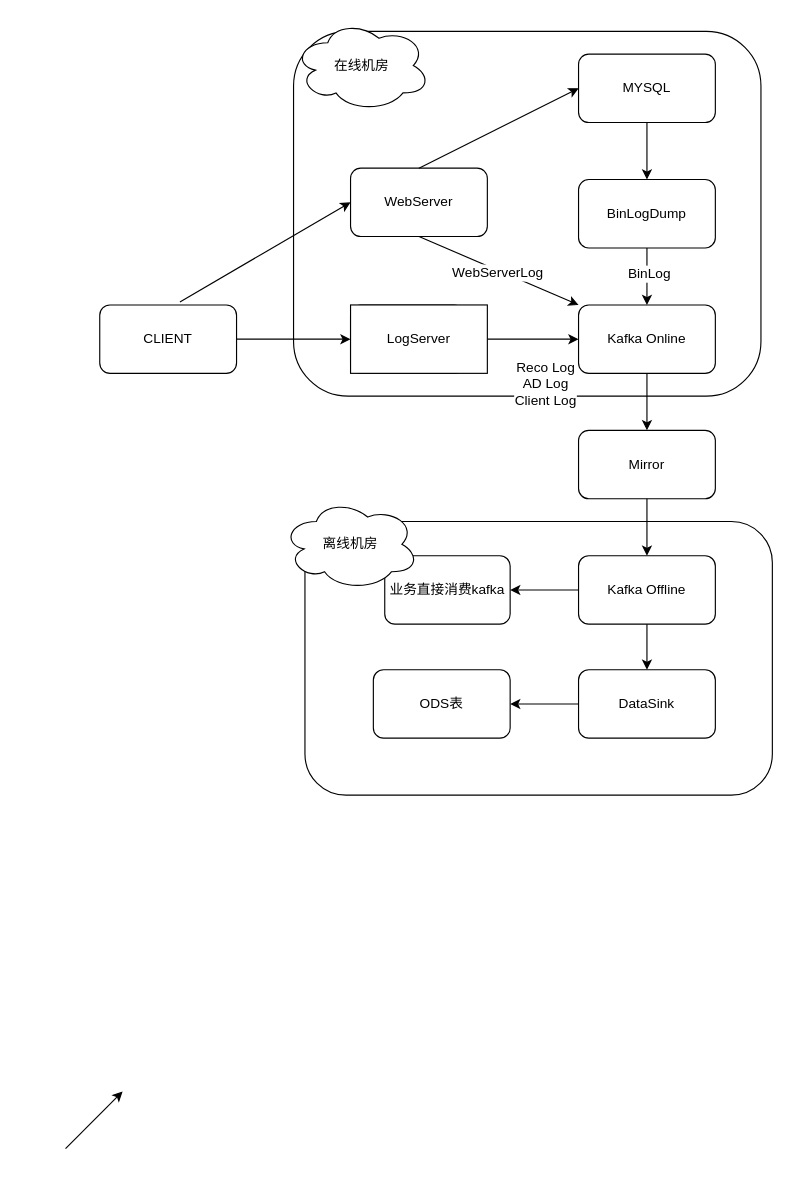
Earlier version of the draw.io diagram 日志上传.drawio (sandflee/dhtrobot). Source tidied: cells renumbered, new cells numbered last; positions are measured from the earlier drawing's top-left corner, leaving out a move shared by most shapes. Both pictures are drawn from the tidied source at 114%, with x=0, y=0 at pixel (65, 19).
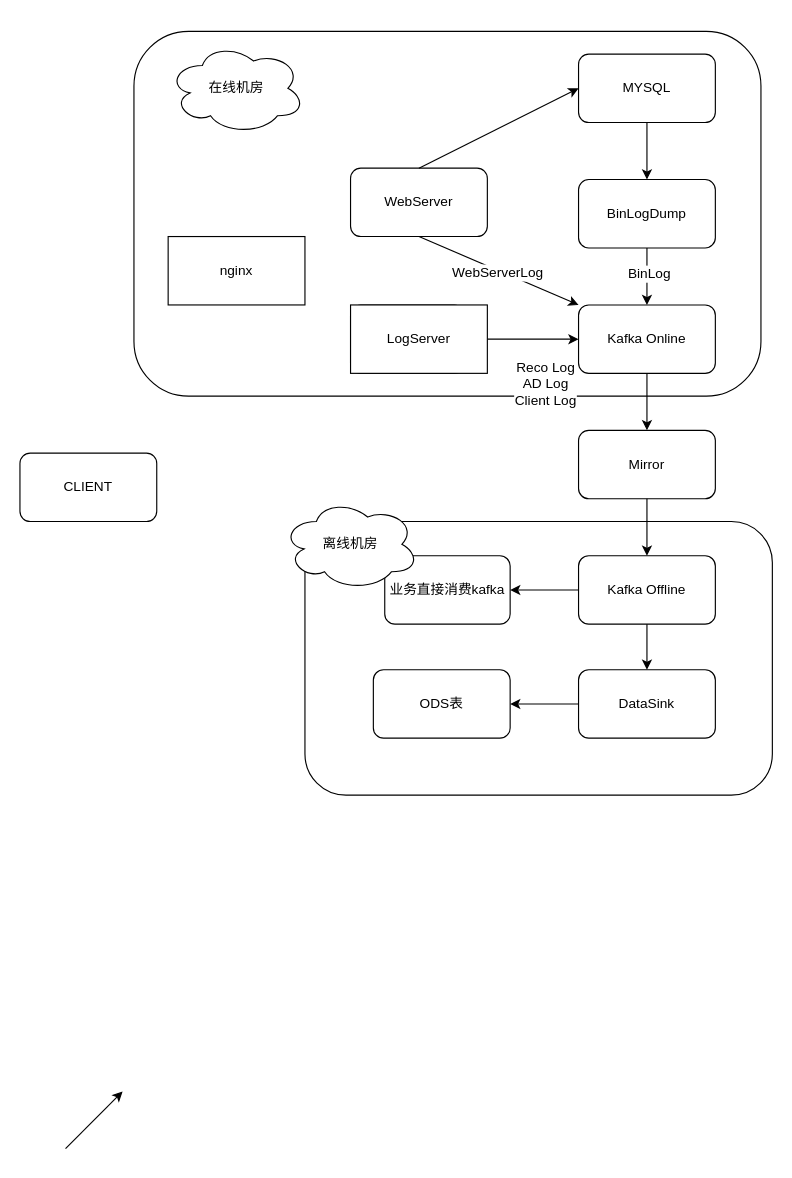
The same diagram, later.

Unchanged cells that the change refers to:
```xml
<mxCell id="6" value="CLIENT" style="rounded=1;whiteSpace=wrap;html=1;" parent="1" vertex="1">
  <mxGeometry x="250" y="250" width="100" height="60" as="geometry" />
</mxCell>
<mxCell id="9" value="WebServer" style="rounded=1;whiteSpace=wrap;html=1;" parent="1" vertex="1">
  <mxGeometry x="250" y="130" width="120" height="60" as="geometry" />
</mxCell>
<mxCell id="10" value="MYSQL" style="rounded=1;whiteSpace=wrap;html=1;" parent="1" vertex="1">
  <mxGeometry x="450" y="30" width="120" height="60" as="geometry" />
</mxCell>
```

The edit, as a diff of the source:
```diff
@@
     <mxCell id="3" style="rounded=1;whiteSpace=wrap;html=1;" parent="1" vertex="1">
-      <mxGeometry x="200" y="10" width="410" height="320" as="geometry" />
+      <mxGeometry x="60" y="10" width="550" height="320" as="geometry" />
     </mxCell>
-    <mxCell id="4" style="edgeStyle=orthogonalEdgeStyle;rounded=0;jettySize=auto;html=1;" parent="1" edge="1" source="5" target="6">
-      <mxGeometry relative="1" as="geometry" />
-    </mxCell>
     <mxCell id="5" value="CLIENT" style="rounded=1;whiteSpace=wrap;html=1;" parent="1" vertex="1">
-      <mxGeometry x="30" y="250" width="120" height="60" as="geometry" />
+      <mxGeometry x="-40" y="380" width="120" height="60" as="geometry" />
     </mxCell>
@@
-    <mxCell id="21" style="endArrow=classic;html=1;entryX=0;entryY=0.5;entryDx=0;entryDy=0;exitX=0.586;exitY=-0.044;exitDx=0;exitDy=0;exitPerimeter=0;" parent="1" edge="1" source="5" target="9">
-      <mxGeometry relative="1" as="geometry" />
-    </mxCell>
-    <mxCell id="22" style="endArrow=classic;html=1;exitX=0.5;exitY=0;exitDx=0;exitDy=0;entryX=0.61;entryY=0.156;entryDx=0;entryDy=0;entryPerimeter=0;" parent="1" edge="1" source="9" target="3">
+    <mxCell id="22" style="endArrow=classic;html=1;exitX=0.5;exitY=0;exitDx=0;exitDy=0;entryX=0;entryY=0.5;entryDx=0;entryDy=0;" parent="1" edge="1" source="9" target="10">
       <mxGeometry relative="1" as="geometry" />
     </mxCell>
@@
     <mxCell id="32" value="在线机房" style="ellipse;shape=cloud;whiteSpace=wrap;html=1;" parent="1" vertex="1">
-      <mxGeometry x="200" width="120" height="80" as="geometry" />
+      <mxGeometry x="90" y="20" width="120" height="80" as="geometry" />
     </mxCell>
@@
+    <mxCell id="34" value="nginx" style="rounded=0;whiteSpace=wrap;html=1;" parent="1" vertex="1">
+      <mxGeometry x="90" y="190" width="120" height="60" as="geometry" />
+    </mxCell>
```
